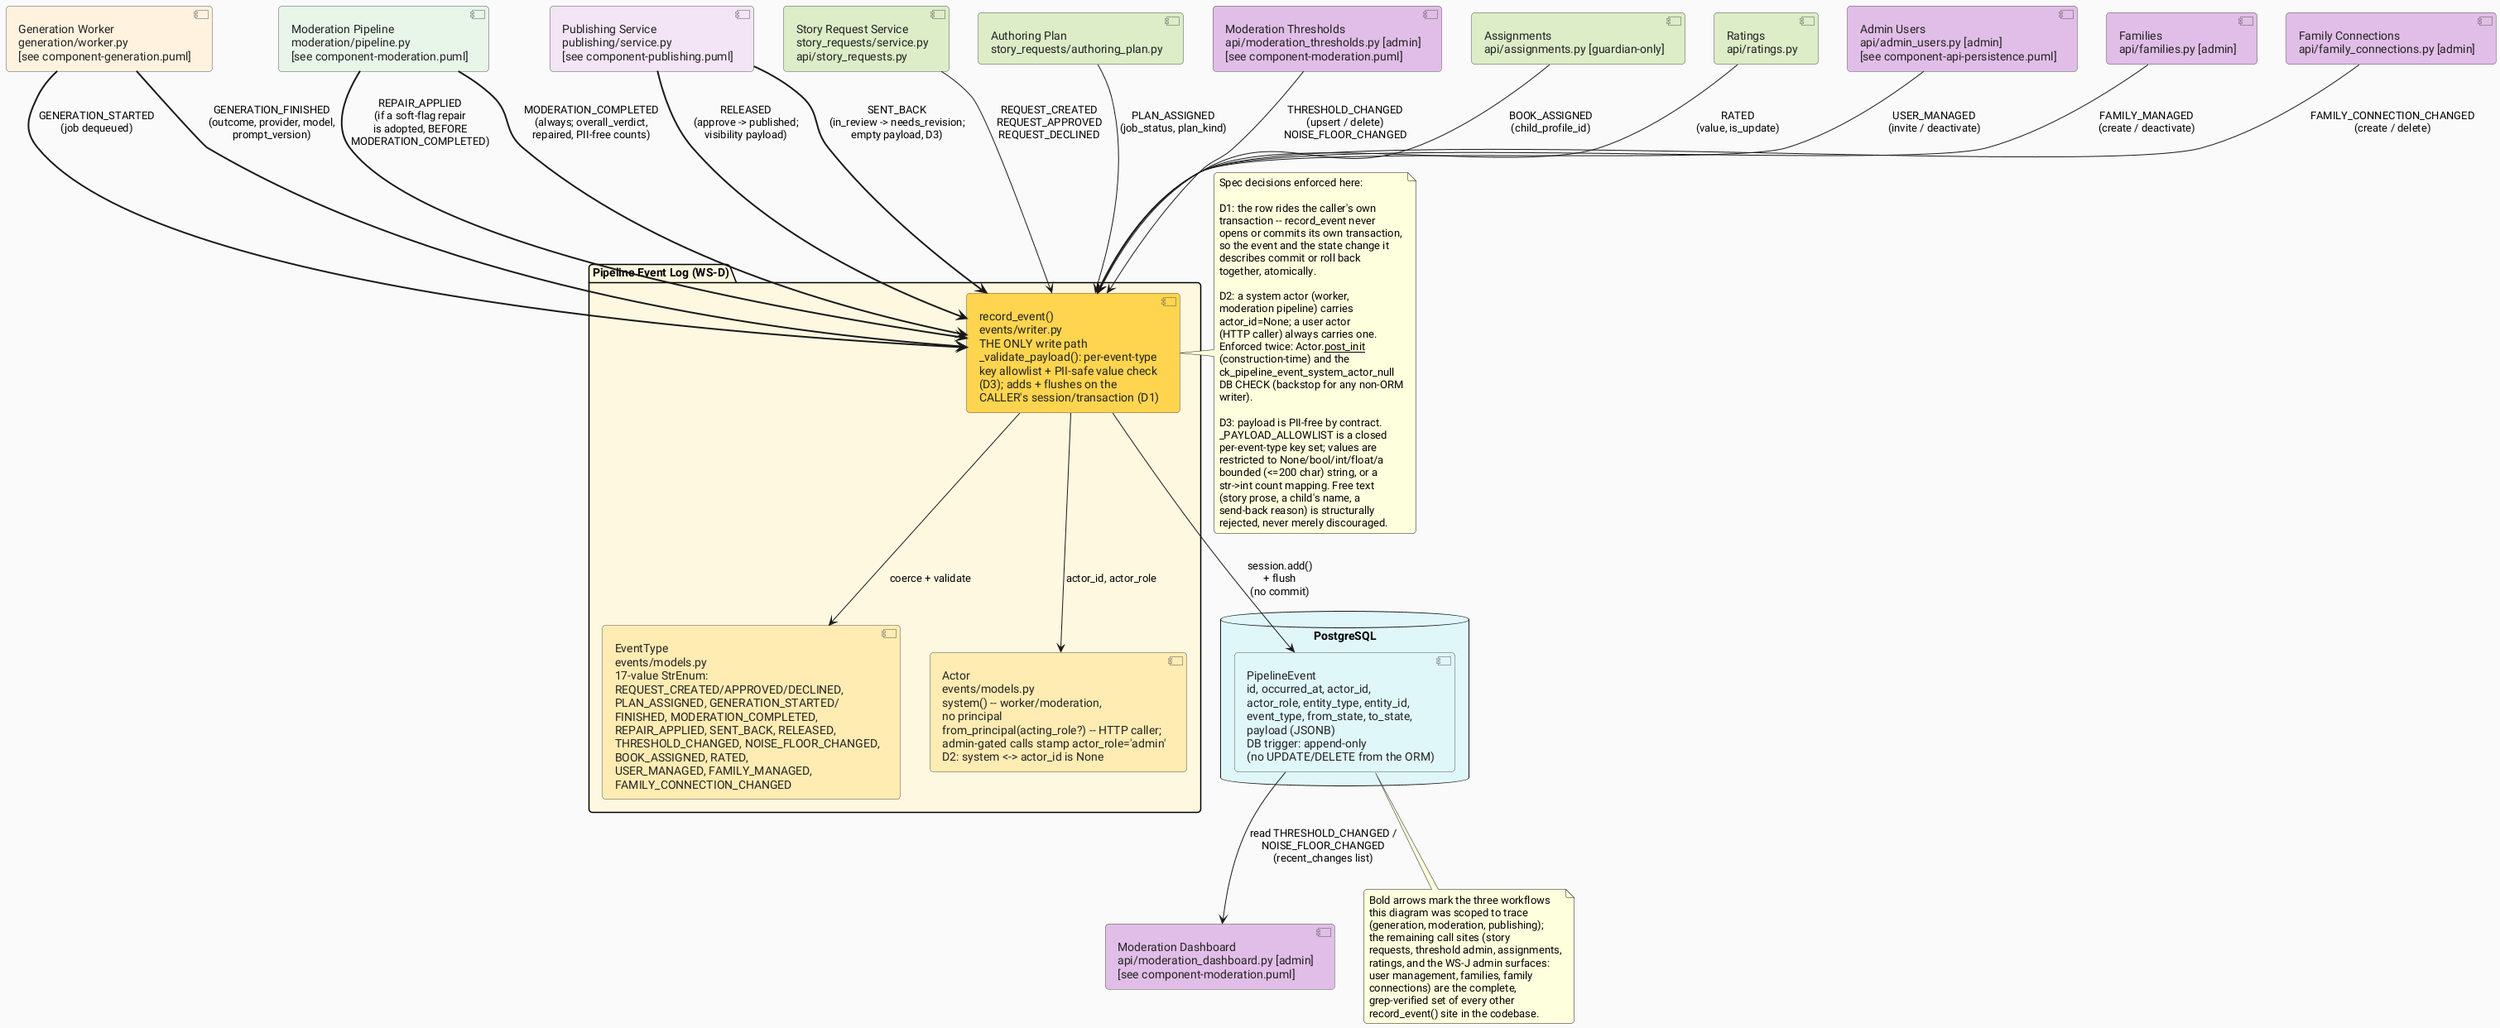
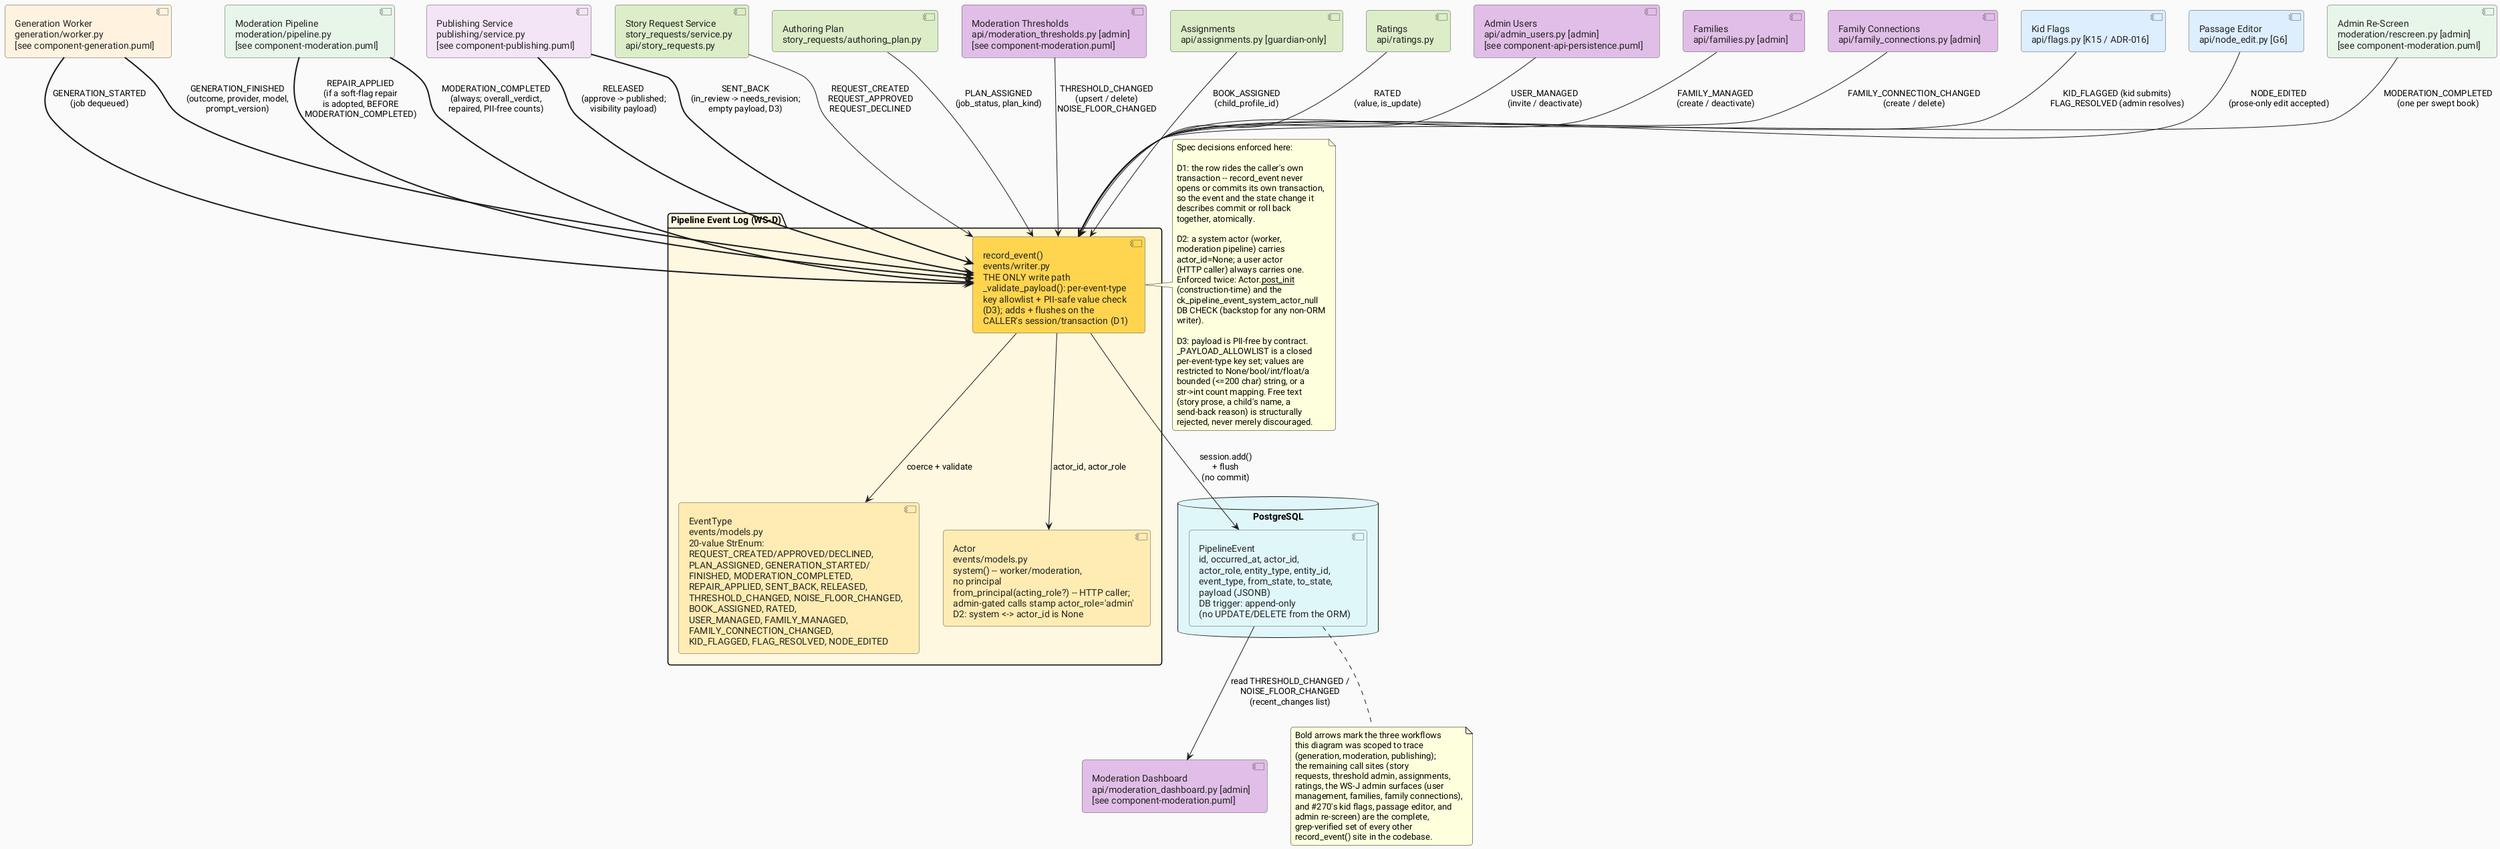
@startuml component-events
' ============================================================
' Component Diagram: Pipeline Event Log
' CYO Adventure
'
' Source files:
- '   src/cyo_adventure/events/models.py   (EventType: 17-value StrEnum;
+ '   src/cyo_adventure/events/models.py   (EventType: 20-value StrEnum;
'                                          Actor: system() / from_principal();
'                                          D2 invariant: system actor <-> no
'                                          user id, enforced at construction)
'   src/cyo_adventure/events/writer.py   (record_event(): the ONLY write path;
'                                          _PAYLOAD_ALLOWLIST per-event-type
'                                          key allowlist, PII-free contract D3;
'                                          adds to the caller's session and
'                                          flushes -- never commits its own
'                                          transaction, spec decision D1)
'   src/cyo_adventure/db/models.py       (PipelineEvent ORM table; DB trigger
'                                          enforces append-only, no UPDATE/
'                                          DELETE from the ORM)
'
'   Call sites (every record_event() invocation in the codebase, grep-verified):
'   src/cyo_adventure/generation/worker.py           (GENERATION_STARTED,
'                                                      GENERATION_FINISHED x2)
'   src/cyo_adventure/moderation/pipeline.py          (MODERATION_COMPLETED,
'                                                      REPAIR_APPLIED)
'   src/cyo_adventure/publishing/service.py           (RELEASED, SENT_BACK)
'   src/cyo_adventure/story_requests/service.py       (REQUEST_CREATED,
'                                                      REQUEST_APPROVED,
'                                                      REQUEST_DECLINED)
'   src/cyo_adventure/story_requests/authoring_plan.py (PLAN_ASSIGNED)
'   src/cyo_adventure/api/story_requests.py           (REQUEST_CREATED)
'   src/cyo_adventure/api/moderation_thresholds.py    (THRESHOLD_CHANGED x2,
'                                                      NOISE_FLOOR_CHANGED)
'   src/cyo_adventure/api/assignments.py              (BOOK_ASSIGNED)
'   src/cyo_adventure/api/ratings.py                  (RATED)
'   src/cyo_adventure/api/admin_users.py              (USER_MANAGED x2, WS-J)
'   src/cyo_adventure/api/families.py                 (FAMILY_MANAGED x2, WS-J)
'   src/cyo_adventure/api/family_connections.py       (FAMILY_CONNECTION_CHANGED x2, WS-J)
+ '   src/cyo_adventure/api/flags.py                    (KID_FLAGGED, FLAG_RESOLVED)
+ '   src/cyo_adventure/api/node_edit.py                (NODE_EDITED)
+ '   src/cyo_adventure/moderation/rescreen.py          (MODERATION_COMPLETED, per swept book)
'
'   Downstream reader:
'   src/cyo_adventure/api/moderation_dashboard.py     (admin dashboard reads
'                                                      THRESHOLD_CHANGED /
'                                                      NOISE_FLOOR_CHANGED rows)
'   docs/planning/story-lifecycle-redesign-plan.md (spec: "Event taxonomy",
'     decisions D1-D3, WS-D capture layer)
' ============================================================

skinparam defaultFontName "Roboto"
skinparam backgroundColor #FAFAFA
skinparam roundCorner 8
skinparam componentStyle uml2

skinparam component {
  BorderColor #555555
  FontColor #222222
}

package "Pipeline Event Log (WS-D)" #FFF8E1 {

-   component "EventType\nevents/models.py\n17-value StrEnum:\nREQUEST_CREATED/APPROVED/DECLINED,\nPLAN_ASSIGNED, GENERATION_STARTED/\nFINISHED, MODERATION_COMPLETED,\nREPAIR_APPLIED, SENT_BACK, RELEASED,\nTHRESHOLD_CHANGED, NOISE_FLOOR_CHANGED,\nBOOK_ASSIGNED, RATED,\nUSER_MANAGED, FAMILY_MANAGED,\nFAMILY_CONNECTION_CHANGED" as event_type #FFECB3
+   component "EventType\nevents/models.py\n20-value StrEnum:\nREQUEST_CREATED/APPROVED/DECLINED,\nPLAN_ASSIGNED, GENERATION_STARTED/\nFINISHED, MODERATION_COMPLETED,\nREPAIR_APPLIED, SENT_BACK, RELEASED,\nTHRESHOLD_CHANGED, NOISE_FLOOR_CHANGED,\nBOOK_ASSIGNED, RATED,\nUSER_MANAGED, FAMILY_MANAGED,\nFAMILY_CONNECTION_CHANGED,\nKID_FLAGGED, FLAG_RESOLVED, NODE_EDITED" as event_type #FFECB3

  component "Actor\nevents/models.py\nsystem() -- worker/moderation,\nno principal\nfrom_principal(acting_role?) -- HTTP caller;\nadmin-gated calls stamp actor_role='admin'\nD2: system <-> actor_id is None" as actor #FFECB3

  component "record_event()\nevents/writer.py\nTHE ONLY write path\n_validate_payload(): per-event-type\nkey allowlist + PII-safe value check\n(D3); adds + flushes on the\nCALLER's session/transaction (D1)" as record_event #FFD54F

}

database "PostgreSQL" as pg #E0F7FA {
  component "PipelineEvent\nid, occurred_at, actor_id,\nactor_role, entity_type, entity_id,\nevent_type, from_state, to_state,\npayload (JSONB)\nDB trigger: append-only\n(no UPDATE/DELETE from the ORM)" as pipeline_event_table #E0F7FA
}

' --- Writers: generation workflow ---
component "Generation Worker\ngeneration/worker.py\n[see component-generation.puml]" as gen_worker #FFF3E0
gen_worker ==> record_event : "GENERATION_STARTED\n(job dequeued)"
gen_worker ==> record_event : "GENERATION_FINISHED\n(outcome, provider, model,\nprompt_version)"

' --- Writers: moderation workflow ---
component "Moderation Pipeline\nmoderation/pipeline.py\n[see component-moderation.puml]" as mod_pipeline #E8F5E9
mod_pipeline ==> record_event : "REPAIR_APPLIED\n(if a soft-flag repair\nis adopted, BEFORE\nMODERATION_COMPLETED)"
mod_pipeline ==> record_event : "MODERATION_COMPLETED\n(always; overall_verdict,\nrepaired, PII-free counts)"

' --- Writers: publishing workflow ---
component "Publishing Service\npublishing/service.py\n[see component-publishing.puml]" as pub_service #F3E5F5
pub_service ==> record_event : "RELEASED\n(approve -> published;\nvisibility payload)"
pub_service ==> record_event : "SENT_BACK\n(in_review -> needs_revision;\nempty payload, D3)"

' --- Writers: story-request lifecycle (not generation/moderation/publishing,
'     but every other actual call site, grep-verified) ---
component "Story Request Service\nstory_requests/service.py\napi/story_requests.py" as story_req #DCEDC8
story_req --> record_event : "REQUEST_CREATED\nREQUEST_APPROVED\nREQUEST_DECLINED"

component "Authoring Plan\nstory_requests/authoring_plan.py" as authoring_plan #DCEDC8
authoring_plan --> record_event : "PLAN_ASSIGNED\n(job_status, plan_kind)"

component "Moderation Thresholds\napi/moderation_thresholds.py [admin]\n[see component-moderation.puml]" as mod_thresholds #E1BEE7
mod_thresholds --> record_event : "THRESHOLD_CHANGED\n(upsert / delete)\nNOISE_FLOOR_CHANGED"

component "Assignments\napi/assignments.py [guardian-only]" as assignments #DCEDC8
assignments --> record_event : "BOOK_ASSIGNED\n(child_profile_id)"

component "Ratings\napi/ratings.py" as ratings #DCEDC8
ratings --> record_event : "RATED\n(value, is_update)"

' --- Writers: WS-J admin surfaces (user management, families, connections) ---
component "Admin Users\napi/admin_users.py [admin]\n[see component-api-persistence.puml]" as admin_users_ev #E1BEE7
admin_users_ev --> record_event : "USER_MANAGED\n(invite / deactivate)"

component "Families\napi/families.py [admin]" as families_ev #E1BEE7
families_ev --> record_event : "FAMILY_MANAGED\n(create / deactivate)"

component "Family Connections\napi/family_connections.py [admin]" as family_conn_ev #E1BEE7
family_conn_ev --> record_event : "FAMILY_CONNECTION_CHANGED\n(create / delete)"

+ ' --- Writers: #270 kid flags, passage editor, admin re-screen ---
+ component "Kid Flags\napi/flags.py [K15 / ADR-016]" as flags_ev #DDEEFF
+ flags_ev --> record_event : "KID_FLAGGED (kid submits)\nFLAG_RESOLVED (admin resolves)"
+ 
+ component "Passage Editor\napi/node_edit.py [G6]" as node_edit_ev #DDEEFF
+ node_edit_ev --> record_event : "NODE_EDITED\n(prose-only edit accepted)"
+ 
+ component "Admin Re-Screen\nmoderation/rescreen.py [admin]\n[see component-moderation.puml]" as rescreen_ev #E8F5E9
+ rescreen_ev --> record_event : "MODERATION_COMPLETED\n(one per swept book)"
+ 
' --- Internal ---
record_event --> event_type : "coerce + validate"
record_event --> actor : "actor_id, actor_role"
record_event --> pipeline_event_table : "session.add()\n+ flush\n(no commit)"

' --- Downstream reader ---
component "Moderation Dashboard\napi/moderation_dashboard.py [admin]\n[see component-moderation.puml]" as mod_dashboard #E1BEE7
pipeline_event_table --> mod_dashboard : "read THRESHOLD_CHANGED /\nNOISE_FLOOR_CHANGED\n(recent_changes list)"

note right of record_event
  Spec decisions enforced here:

  D1: the row rides the caller's own
  transaction -- record_event never
  opens or commits its own transaction,
  so the event and the state change it
  describes commit or roll back
  together, atomically.

  D2: a system actor (worker,
  moderation pipeline) carries
  actor_id=None; a user actor
  (HTTP caller) always carries one.
  Enforced twice: Actor.__post_init__
  (construction-time) and the
  ck_pipeline_event_system_actor_null
  DB CHECK (backstop for any non-ORM
  writer).

  D3: payload is PII-free by contract.
  _PAYLOAD_ALLOWLIST is a closed
  per-event-type key set; values are
  restricted to None/bool/int/float/a
  bounded (<=200 char) string, or a
  str->int count mapping. Free text
  (story prose, a child's name, a
  send-back reason) is structurally
  rejected, never merely discouraged.
end note

note bottom of pipeline_event_table
  Bold arrows mark the three workflows
  this diagram was scoped to trace
  (generation, moderation, publishing);
  the remaining call sites (story
  requests, threshold admin, assignments,
-   ratings, and the WS-J admin surfaces:
-   user management, families, family
-   connections) are the complete,
+   ratings, the WS-J admin surfaces (user
+   management, families, family connections),
+   and #270's kid flags, passage editor, and
+   admin re-screen) are the complete,
  grep-verified set of every other
  record_event() site in the codebase.
end note

@enduml
